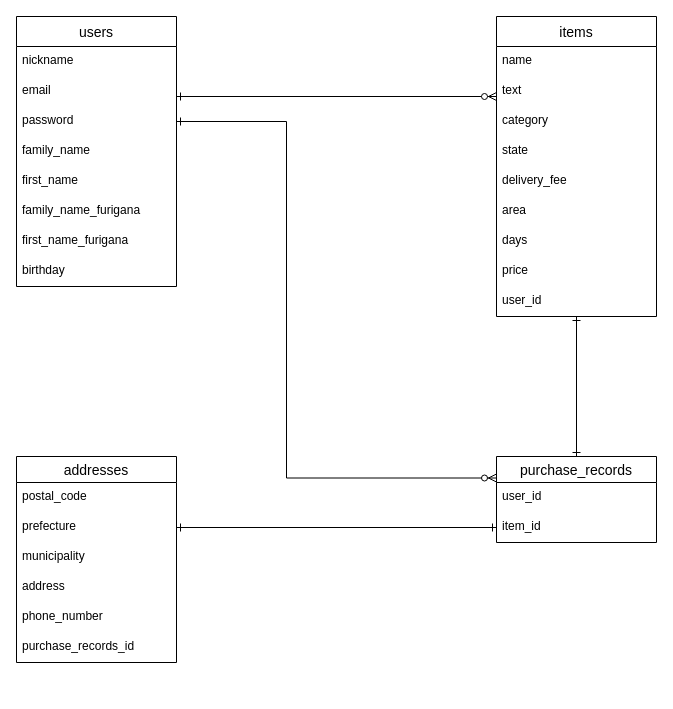
Above: furima-33393.dio in umigame4031/furima-33393 (draw.io), before the change. Source tidied: cells renumbered, new cells numbered last; positions are measured from the earlier drawing's top-left corner, leaving out a move shared by most shapes. Both pictures are drawn from the tidied source at 100%, with x=0, y=0 at pixel (16, 16).
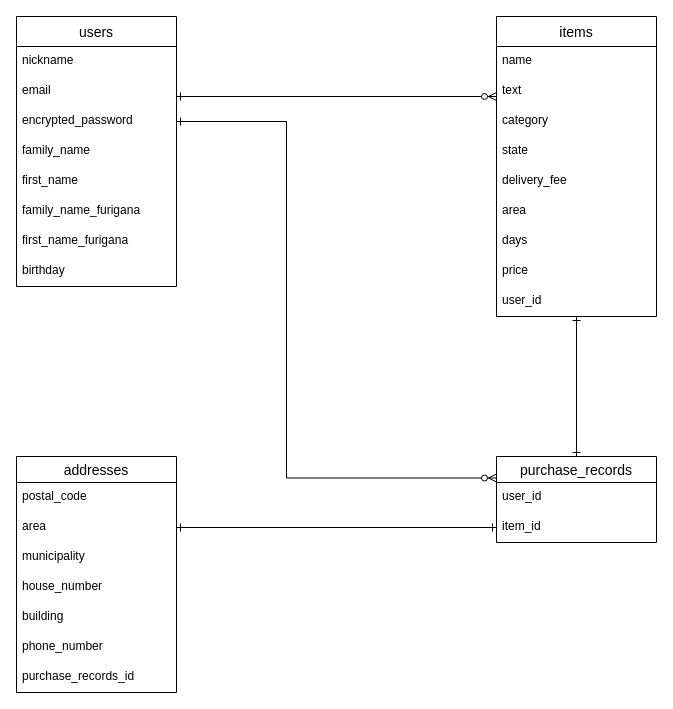
Above is the later version.

Commit message (it also covers changes not shown here):
コードレビュー修正２

Unchanged cells that the change refers to:
```xml
<mxCell id="3" value="users" style="swimlane;fontStyle=0;horizontal=1;startSize=30;align=center;fontSize=14;" parent="1" vertex="1">
  <mxGeometry width="160" height="270" as="geometry" />
</mxCell>
```

Change to the diagram source:
```diff
@@
-    <mxCell id="6" value="password" style="text;strokeColor=none;fillColor=none;spacingLeft=4;spacingRight=4;overflow=hidden;fontSize=12;" parent="3" vertex="1">
+    <mxCell id="6" value="encrypted_password" style="text;strokeColor=none;fillColor=none;spacingLeft=4;spacingRight=4;overflow=hidden;fontSize=12;fontStyle=0;" parent="3" vertex="1">
       <mxGeometry y="90" width="160" height="30" as="geometry" />
     </mxCell>
@@
     <mxCell id="26" value="addresses" style="swimlane;fontStyle=0;horizontal=1;startSize=26;align=center;fontSize=14;" parent="1" vertex="1">
-      <mxGeometry y="440" width="160" height="206" as="geometry" />
+      <mxGeometry y="440" width="160" height="236" as="geometry" />
     </mxCell>
@@
-    <mxCell id="28" value="prefecture" style="text;strokeColor=none;fillColor=none;spacingLeft=4;spacingRight=4;overflow=hidden;points=[[0,0.5],[1,0.5]];portConstraint=eastwest;fontSize=12;" parent="26" vertex="1">
+    <mxCell id="28" value="area" style="text;strokeColor=none;fillColor=none;spacingLeft=4;spacingRight=4;overflow=hidden;points=[[0,0.5],[1,0.5]];portConstraint=eastwest;fontSize=12;" parent="26" vertex="1">
       <mxGeometry y="56" width="160" height="30" as="geometry" />
     </mxCell>
@@
+    <mxCell id="35" value="house_number" style="text;strokeColor=none;fillColor=none;spacingLeft=4;spacingRight=4;overflow=hidden;fontSize=12;" parent="26" vertex="1">
+      <mxGeometry y="116" width="160" height="30" as="geometry" />
+    </mxCell>
-    <mxCell id="30" value="address" style="text;strokeColor=none;fillColor=none;spacingLeft=4;spacingRight=4;overflow=hidden;fontSize=12;" parent="26" vertex="1">
-      <mxGeometry y="116" width="160" height="30" as="geometry" />
+    <mxCell id="30" value="building" style="text;strokeColor=none;fillColor=none;spacingLeft=4;spacingRight=4;overflow=hidden;fontSize=12;" parent="26" vertex="1">
+      <mxGeometry y="146" width="160" height="30" as="geometry" />
     </mxCell>
     <mxCell id="31" value="phone_number" style="text;strokeColor=none;fillColor=none;spacingLeft=4;spacingRight=4;overflow=hidden;fontSize=12;" parent="26" vertex="1">
-      <mxGeometry y="146" width="160" height="30" as="geometry" />
+      <mxGeometry y="176" width="160" height="30" as="geometry" />
     </mxCell>
     <mxCell id="32" value="purchase_records_id" style="text;strokeColor=none;fillColor=none;spacingLeft=4;spacingRight=4;overflow=hidden;fontSize=12;" parent="26" vertex="1">
-      <mxGeometry y="176" width="160" height="30" as="geometry" />
+      <mxGeometry y="206" width="160" height="30" as="geometry" />
     </mxCell>
```
